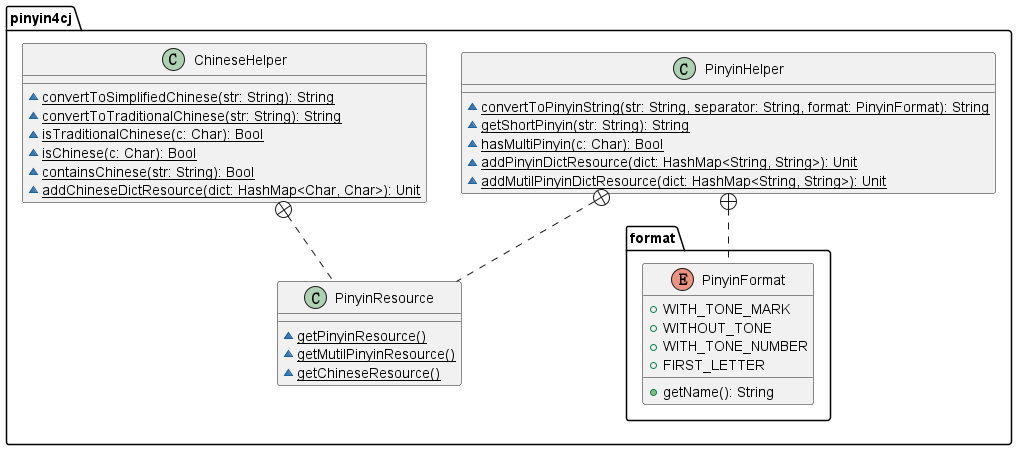
The PlantUML diagram doc/assets/pinyin4cj.png in cangjielanguage-tpc/pinyin4cj, before a commit. Its diagram source:
```plantuml
@startuml

class pinyin4cj.PinyinHelper {
~ {static} convertToPinyinString(str: String, separator: String, format: PinyinFormat): String
~ {static} getShortPinyin(str: String): String
~ {static} hasMultiPinyin(c: Char): Bool
~ {static} addPinyinDictResource(dict: HashMap<String, String>): Unit
~ {static} addMutilPinyinDictResource(dict: HashMap<String, String>): Unit
}

class pinyin4cj.ChineseHelper {
~ {static} convertToSimplifiedChinese(str: String): String
~ {static} convertToTraditionalChinese(str: String): String
~ {static} isTraditionalChinese(c: Char): Bool
~ {static} isChinese(c: Char): Bool
~ {static} containsChinese(str: String): Bool
~ {static} addChineseDictResource(dict: HashMap<Char, Char>): Unit
}


enum pinyin4cj.format.PinyinFormat {
+ WITH_TONE_MARK
+ WITHOUT_TONE
+ WITH_TONE_NUMBER
+ FIRST_LETTER
+ getName(): String
}

class pinyin4cj.PinyinResource {
~ {static} getPinyinResource()
~ {static} getMutilPinyinResource()
~ {static} getChineseResource()
}

pinyin4cj.PinyinHelper +.. pinyin4cj.format.PinyinFormat
pinyin4cj.PinyinHelper +.. pinyin4cj.PinyinResource
pinyin4cj.ChineseHelper +.. pinyin4cj.PinyinResource
@enduml
```
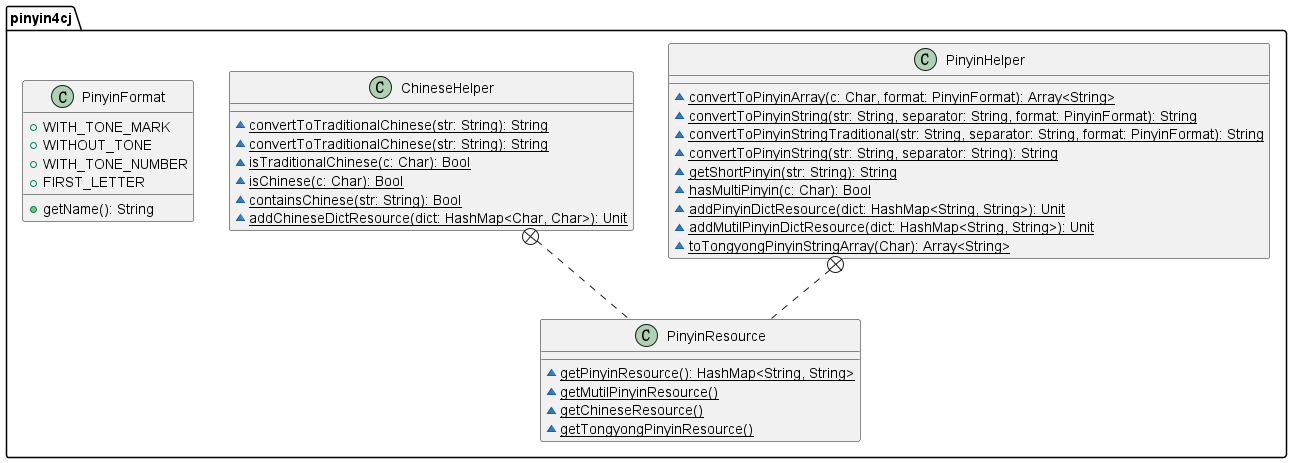
Above is the later version.

Diff of the diagram source:
```diff
@@ -1,15 +1,21 @@
 @startuml
 
+
 class pinyin4cj.PinyinHelper {
+~ {static} convertToPinyinArray(c: Char, format: PinyinFormat): Array<String>
 ~ {static} convertToPinyinString(str: String, separator: String, format: PinyinFormat): String
+~ {static} convertToPinyinStringTraditional(str: String, separator: String, format: PinyinFormat): String
+~ {static} convertToPinyinString(str: String, separator: String): String
 ~ {static} getShortPinyin(str: String): String
 ~ {static} hasMultiPinyin(c: Char): Bool
 ~ {static} addPinyinDictResource(dict: HashMap<String, String>): Unit
 ~ {static} addMutilPinyinDictResource(dict: HashMap<String, String>): Unit
+~ {static} toTongyongPinyinStringArray(Char): Array<String>
 }
 
+
 class pinyin4cj.ChineseHelper {
-~ {static} convertToSimplifiedChinese(str: String): String
+~ {static} convertToTraditionalChinese(str: String): String
 ~ {static} convertToTraditionalChinese(str: String): String
 ~ {static} isTraditionalChinese(c: Char): Bool
 ~ {static} isChinese(c: Char): Bool
@@ -17,22 +23,21 @@
 ~ {static} addChineseDictResource(dict: HashMap<Char, Char>): Unit
 }
 
-
-enum pinyin4cj.format.PinyinFormat {
-+ WITH_TONE_MARK
-+ WITHOUT_TONE
-+ WITH_TONE_NUMBER
-+ FIRST_LETTER
-+ getName(): String
+class pinyin4cj.PinyinResource {
+~ {static} getPinyinResource(): HashMap<String, String>
+~ {static} getMutilPinyinResource()
+~ {static} getChineseResource()
+~ {static} getTongyongPinyinResource()
 }
 
-class pinyin4cj.PinyinResource {
-~ {static} getPinyinResource()
-~ {static} getMutilPinyinResource()
-~ {static} getChineseResource()
+class pinyin4cj.PinyinFormat {
++  WITH_TONE_MARK
++  WITHOUT_TONE
++  WITH_TONE_NUMBER
++  FIRST_LETTER
++  getName(): String
 }
 
-pinyin4cj.PinyinHelper +.. pinyin4cj.format.PinyinFormat
+pinyin4cj.ChineseHelper +.. pinyin4cj.PinyinResource
 pinyin4cj.PinyinHelper +.. pinyin4cj.PinyinResource
-pinyin4cj.ChineseHelper +.. pinyin4cj.PinyinResource
 @enduml
```
